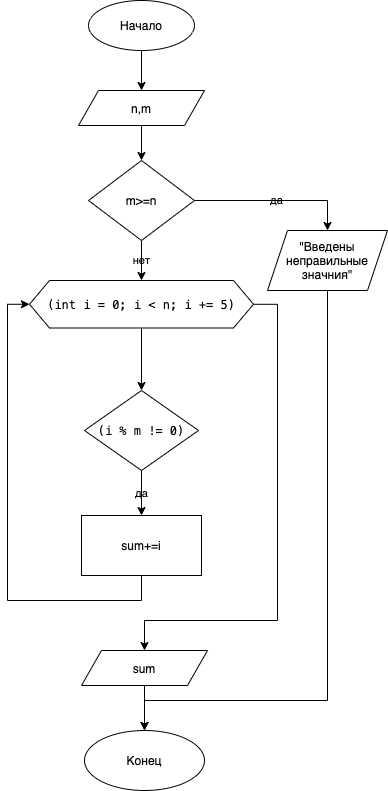
qqq-Homeworks/lab-3-PogrammingBasics keeps this draw.io diagram as scheme/scheme1.png. Above is the earlier version. Source tidied: cells renumbered, new cells last; positions are measured from the earlier drawing's top-left corner, leaving out a move shared by most shapes. The source it was exported from:
```xml
<mxGraphModel>
  <root>
    <mxCell id="0" />
    <mxCell id="1" parent="0" />
    <mxCell id="2" style="edgeStyle=orthogonalEdgeStyle;rounded=0;jettySize=auto;html=1;labelBackgroundColor=none;" parent="1" edge="1" source="3" target="5">
      <mxGeometry relative="1" as="geometry" />
    </mxCell>
    <mxCell id="3" value="Начало" style="ellipse;whiteSpace=wrap;html=1;labelBackgroundColor=none;" parent="1" vertex="1">
      <mxGeometry x="81" width="106" height="50" as="geometry" />
    </mxCell>
    <mxCell id="4" style="edgeStyle=orthogonalEdgeStyle;rounded=0;jettySize=auto;html=1;labelBackgroundColor=none;" parent="1" edge="1" source="5" target="8">
      <mxGeometry relative="1" as="geometry" />
    </mxCell>
    <mxCell id="5" value="n,m" style="shape=parallelogram;perimeter=parallelogramPerimeter;whiteSpace=wrap;html=1;fixedSize=1;labelBackgroundColor=none;" parent="1" vertex="1">
      <mxGeometry x="71" y="90" width="126" height="35" as="geometry" />
    </mxCell>
    <mxCell id="6" value="да" style="edgeStyle=orthogonalEdgeStyle;rounded=0;jettySize=auto;html=1;entryX=0.5;entryY=0;entryDx=0;entryDy=0;labelBackgroundColor=none;" parent="1" edge="1" source="8" target="10">
      <mxGeometry relative="1" as="geometry" />
    </mxCell>
    <mxCell id="7" value="нет" style="edgeStyle=orthogonalEdgeStyle;rounded=0;jettySize=auto;html=1;labelBackgroundColor=none;" parent="1" edge="1" source="8" target="14">
      <mxGeometry relative="1" as="geometry" />
    </mxCell>
    <mxCell id="8" value="m&amp;gt;=n" style="rhombus;whiteSpace=wrap;html=1;labelBackgroundColor=none;" parent="1" vertex="1">
      <mxGeometry x="81" y="160" width="106" height="80" as="geometry" />
    </mxCell>
    <mxCell id="9" style="edgeStyle=orthogonalEdgeStyle;rounded=0;jettySize=auto;html=1;labelBackgroundColor=none;" parent="1" edge="1" source="10" target="11">
      <mxGeometry relative="1" as="geometry">
        <Array as="points">
          <mxPoint x="320" y="700" />
          <mxPoint x="137" y="700" />
        </Array>
      </mxGeometry>
    </mxCell>
    <mxCell id="10" value="&quot;Введены неправильные значния&quot;" style="shape=parallelogram;perimeter=parallelogramPerimeter;whiteSpace=wrap;html=1;fixedSize=1;labelBackgroundColor=none;" parent="1" vertex="1">
      <mxGeometry x="260" y="230" width="120" height="60" as="geometry" />
    </mxCell>
    <mxCell id="11" value="Конец" style="ellipse;whiteSpace=wrap;html=1;labelBackgroundColor=none;" parent="1" vertex="1">
      <mxGeometry x="77" y="730" width="120" height="60" as="geometry" />
    </mxCell>
    <mxCell id="12" style="edgeStyle=orthogonalEdgeStyle;rounded=0;jettySize=auto;html=1;labelBackgroundColor=none;" parent="1" edge="1" source="14" target="16">
      <mxGeometry relative="1" as="geometry" />
    </mxCell>
    <mxCell id="13" style="edgeStyle=orthogonalEdgeStyle;rounded=0;jettySize=auto;html=1;entryX=0.5;entryY=0;entryDx=0;entryDy=0;labelBackgroundColor=none;" parent="1" edge="1" source="14" target="20">
      <mxGeometry relative="1" as="geometry">
        <Array as="points">
          <mxPoint x="270" y="304" />
          <mxPoint x="270" y="620" />
          <mxPoint x="137" y="620" />
        </Array>
      </mxGeometry>
    </mxCell>
    <mxCell id="14" value="&lt;div style=&quot;font-family: menlo, monaco, &amp;quot;courier new&amp;quot;, monospace; line-height: 18px;&quot;&gt;(&lt;span style=&quot;&quot;&gt;int&lt;/span&gt; &lt;span style=&quot;&quot;&gt;i&lt;/span&gt; &lt;span style=&quot;&quot;&gt;=&lt;/span&gt; &lt;span style=&quot;&quot;&gt;0&lt;/span&gt;; &lt;span style=&quot;&quot;&gt;i&lt;/span&gt; &lt;span style=&quot;&quot;&gt;&amp;lt;&lt;/span&gt; &lt;span style=&quot;&quot;&gt;n&lt;/span&gt;; &lt;span style=&quot;&quot;&gt;i&lt;/span&gt; &lt;span style=&quot;&quot;&gt;+=&lt;/span&gt; &lt;span style=&quot;&quot;&gt;5&lt;/span&gt;)&lt;/div&gt;" style="shape=hexagon;perimeter=hexagonPerimeter2;whiteSpace=wrap;html=1;fixedSize=1;labelBackgroundColor=none;" parent="1" vertex="1">
      <mxGeometry x="22" y="280" width="224" height="47.5" as="geometry" />
    </mxCell>
    <mxCell id="15" value="да" style="edgeStyle=orthogonalEdgeStyle;rounded=0;jettySize=auto;html=1;labelBackgroundColor=none;" parent="1" edge="1" source="16" target="18">
      <mxGeometry relative="1" as="geometry" />
    </mxCell>
    <mxCell id="16" value="&lt;meta charset=&quot;utf-8&quot;&gt;&lt;div style=&quot;font-family: menlo, monaco, &amp;quot;courier new&amp;quot;, monospace; font-weight: normal; font-size: 12px; line-height: 18px;&quot;&gt;&lt;div&gt;&lt;span style=&quot;&quot;&gt;(&lt;/span&gt;&lt;span style=&quot;&quot;&gt;i&lt;/span&gt;&lt;span style=&quot;&quot;&gt; &lt;/span&gt;&lt;span style=&quot;&quot;&gt;%&lt;/span&gt;&lt;span style=&quot;&quot;&gt; &lt;/span&gt;&lt;span style=&quot;&quot;&gt;m&lt;/span&gt;&lt;span style=&quot;&quot;&gt; &lt;/span&gt;&lt;span style=&quot;&quot;&gt;!=&lt;/span&gt;&lt;span style=&quot;&quot;&gt; &lt;/span&gt;&lt;span style=&quot;&quot;&gt;0&lt;/span&gt;&lt;span style=&quot;&quot;&gt;)&lt;/span&gt;&lt;/div&gt;&lt;/div&gt;" style="rhombus;whiteSpace=wrap;html=1;labelBackgroundColor=none;" parent="1" vertex="1">
      <mxGeometry x="77" y="390" width="114" height="80" as="geometry" />
    </mxCell>
    <mxCell id="17" style="edgeStyle=orthogonalEdgeStyle;rounded=0;jettySize=auto;html=1;entryX=0;entryY=0.5;entryDx=0;entryDy=0;labelBackgroundColor=none;" parent="1" edge="1" source="18" target="14">
      <mxGeometry relative="1" as="geometry">
        <Array as="points">
          <mxPoint x="134" y="600" />
          <mxPoint y="600" />
          <mxPoint y="304" />
        </Array>
      </mxGeometry>
    </mxCell>
    <mxCell id="18" value="sum+=i" style="whiteSpace=wrap;html=1;labelBackgroundColor=none;" parent="1" vertex="1">
      <mxGeometry x="74" y="515" width="120" height="60" as="geometry" />
    </mxCell>
    <mxCell id="19" style="edgeStyle=orthogonalEdgeStyle;rounded=0;jettySize=auto;html=1;labelBackgroundColor=none;" parent="1" edge="1" source="20" target="11">
      <mxGeometry relative="1" as="geometry" />
    </mxCell>
    <mxCell id="20" value="sum" style="shape=parallelogram;perimeter=parallelogramPerimeter;whiteSpace=wrap;html=1;fixedSize=1;labelBackgroundColor=none;" parent="1" vertex="1">
      <mxGeometry x="74" y="650" width="126" height="35" as="geometry" />
    </mxCell>
  </root>
</mxGraphModel>
```
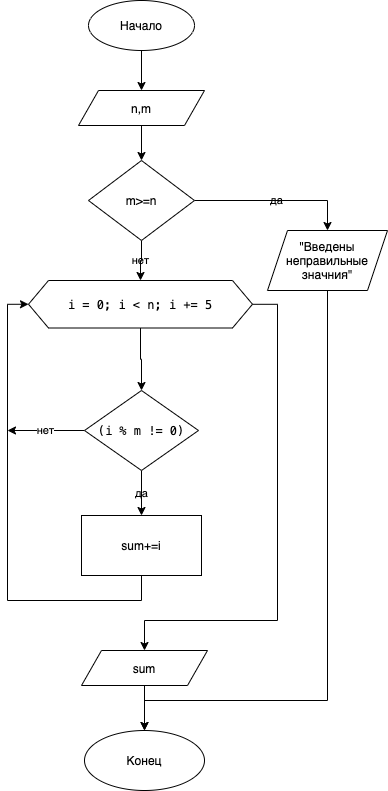
Later version of the same file.

The edit, as a diff of the source:
```diff
@@ -49,12 +49,17 @@
         </Array>
       </mxGeometry>
     </mxCell>
-    <mxCell id="14" value="&lt;div style=&quot;font-family: menlo, monaco, &amp;quot;courier new&amp;quot;, monospace; line-height: 18px;&quot;&gt;(&lt;span style=&quot;&quot;&gt;int&lt;/span&gt; &lt;span style=&quot;&quot;&gt;i&lt;/span&gt; &lt;span style=&quot;&quot;&gt;=&lt;/span&gt; &lt;span style=&quot;&quot;&gt;0&lt;/span&gt;; &lt;span style=&quot;&quot;&gt;i&lt;/span&gt; &lt;span style=&quot;&quot;&gt;&amp;lt;&lt;/span&gt; &lt;span style=&quot;&quot;&gt;n&lt;/span&gt;; &lt;span style=&quot;&quot;&gt;i&lt;/span&gt; &lt;span style=&quot;&quot;&gt;+=&lt;/span&gt; &lt;span style=&quot;&quot;&gt;5&lt;/span&gt;)&lt;/div&gt;" style="shape=hexagon;perimeter=hexagonPerimeter2;whiteSpace=wrap;html=1;fixedSize=1;labelBackgroundColor=none;" parent="1" vertex="1">
-      <mxGeometry x="22" y="280" width="224" height="47.5" as="geometry" />
+    <mxCell id="14" value="&lt;div style=&quot;font-family: &amp;#34;menlo&amp;#34; , &amp;#34;monaco&amp;#34; , &amp;#34;courier new&amp;#34; , monospace ; line-height: 18px&quot;&gt;&lt;span&gt;i&lt;/span&gt; &lt;span&gt;=&lt;/span&gt; &lt;span&gt;0&lt;/span&gt;; &lt;span&gt;i&lt;/span&gt; &lt;span&gt;&amp;lt;&lt;/span&gt; &lt;span&gt;n&lt;/span&gt;; &lt;span&gt;i&lt;/span&gt; &lt;span&gt;+=&lt;/span&gt; &lt;span&gt;5&lt;/span&gt;&lt;/div&gt;" style="shape=hexagon;perimeter=hexagonPerimeter2;whiteSpace=wrap;html=1;fixedSize=1;labelBackgroundColor=none;" parent="1" vertex="1">
+      <mxGeometry x="21" y="280" width="224" height="47.5" as="geometry" />
     </mxCell>
     <mxCell id="15" value="да" style="edgeStyle=orthogonalEdgeStyle;rounded=0;jettySize=auto;html=1;labelBackgroundColor=none;" parent="1" edge="1" source="16" target="18">
       <mxGeometry relative="1" as="geometry" />
     </mxCell>
+    <mxCell id="21" value="нет" style="edgeStyle=orthogonalEdgeStyle;rounded=0;jettySize=auto;html=1;" parent="1" edge="1" source="16">
+      <mxGeometry relative="1" as="geometry">
+        <mxPoint y="430" as="targetPoint" />
+      </mxGeometry>
+    </mxCell>
     <mxCell id="16" value="&lt;meta charset=&quot;utf-8&quot;&gt;&lt;div style=&quot;font-family: menlo, monaco, &amp;quot;courier new&amp;quot;, monospace; font-weight: normal; font-size: 12px; line-height: 18px;&quot;&gt;&lt;div&gt;&lt;span style=&quot;&quot;&gt;(&lt;/span&gt;&lt;span style=&quot;&quot;&gt;i&lt;/span&gt;&lt;span style=&quot;&quot;&gt; &lt;/span&gt;&lt;span style=&quot;&quot;&gt;%&lt;/span&gt;&lt;span style=&quot;&quot;&gt; &lt;/span&gt;&lt;span style=&quot;&quot;&gt;m&lt;/span&gt;&lt;span style=&quot;&quot;&gt; &lt;/span&gt;&lt;span style=&quot;&quot;&gt;!=&lt;/span&gt;&lt;span style=&quot;&quot;&gt; &lt;/span&gt;&lt;span style=&quot;&quot;&gt;0&lt;/span&gt;&lt;span style=&quot;&quot;&gt;)&lt;/span&gt;&lt;/div&gt;&lt;/div&gt;" style="rhombus;whiteSpace=wrap;html=1;labelBackgroundColor=none;" parent="1" vertex="1">
       <mxGeometry x="77" y="390" width="114" height="80" as="geometry" />
     </mxCell>
```
